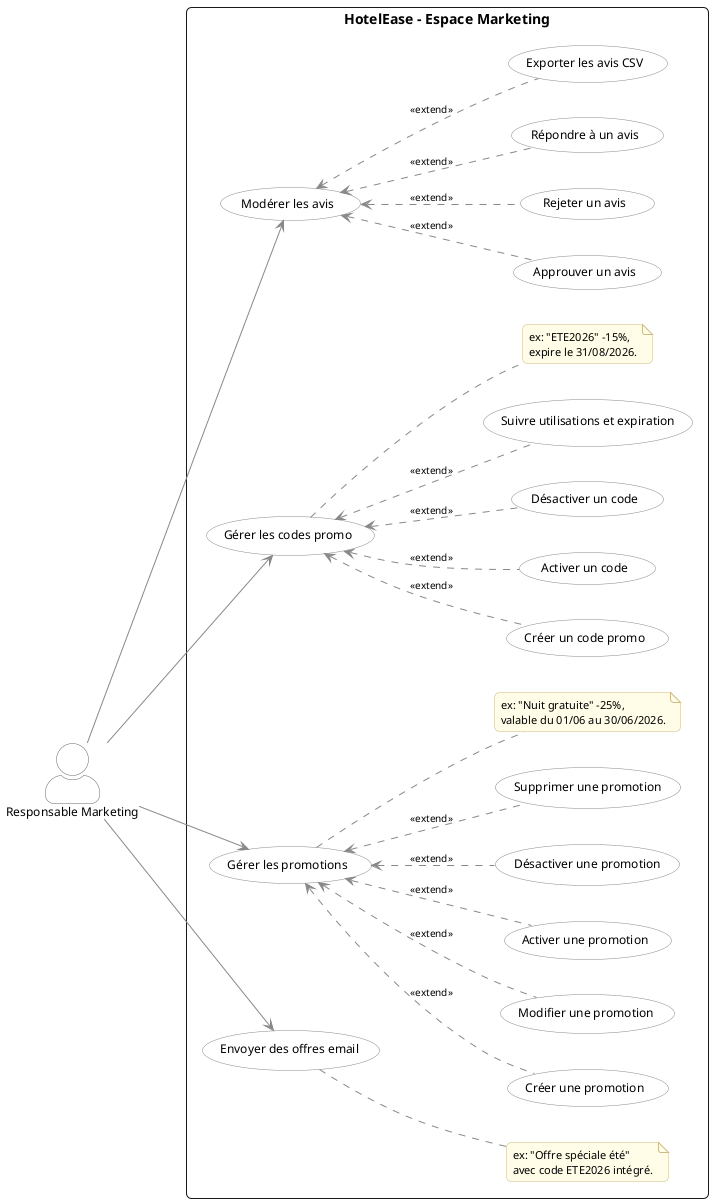
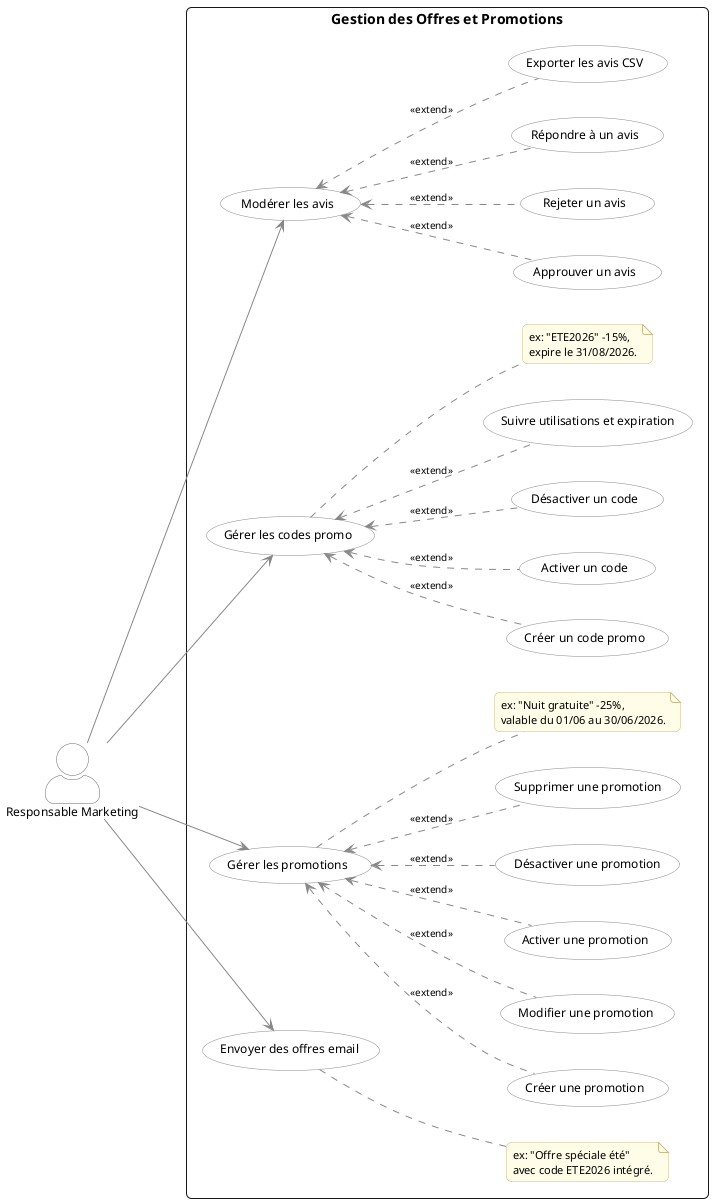
@startuml
left to right direction
skinparam shadowing false
skinparam actorStyle awesome
skinparam roundcorner 10
skinparam backgroundColor #FFFFFF

skinparam usecase {
  BackgroundColor #FFFFFF
  BorderColor #888888
  FontSize 12
  FontName Arial
}
skinparam actor {
  BackgroundColor #FFFFFF
  BorderColor #666666
  FontSize 12
  FontName Arial
}
skinparam note {
  BackgroundColor #FFFDE7
  BorderColor #CCBB88
  FontSize 11
  FontName Arial
}
skinparam ArrowColor #888888
skinparam ArrowFontSize 10

actor "Responsable Marketing" as Marketing

- rectangle "HotelEase - Espace Marketing" {
+ rectangle "Gestion des Offres et Promotions" {

  usecase "Gérer les promotions" as M1
  usecase "Gérer les codes promo" as M2
  usecase "Envoyer des offres email" as M3
  usecase "Modérer les avis" as M4

  usecase "Créer une promotion" as M1_1
  usecase "Modifier une promotion" as M1_2
  usecase "Activer une promotion" as M1_3
  usecase "Désactiver une promotion" as M1_4
  usecase "Supprimer une promotion" as M1_5

  usecase "Créer un code promo" as M2_1
  usecase "Activer un code" as M2_2
  usecase "Désactiver un code" as M2_3
  usecase "Suivre utilisations et expiration" as M2_4

  usecase "Approuver un avis" as M4_1
  usecase "Rejeter un avis" as M4_2
  usecase "Répondre à un avis" as M4_3
  usecase "Exporter les avis CSV" as M4_4

  M1_1 .up.> M1 : <<extend>>
  M1_2 .up.> M1 : <<extend>>
  M1_3 .up.> M1 : <<extend>>
  M1_4 .up.> M1 : <<extend>>
  M1_5 .up.> M1 : <<extend>>

  M2_1 .up.> M2 : <<extend>>
  M2_2 .up.> M2 : <<extend>>
  M2_3 .up.> M2 : <<extend>>
  M2_4 .up.> M2 : <<extend>>

  M4_1 .up.> M4 : <<extend>>
  M4_2 .up.> M4 : <<extend>>
  M4_3 .up.> M4 : <<extend>>
  M4_4 .up.> M4 : <<extend>>

  Marketing --> M1
  Marketing --> M2
  Marketing --> M3
  Marketing --> M4

  note right of M1
    ex: "Nuit gratuite" -25%,
    valable du 01/06 au 30/06/2026.
  end note

  note right of M2
    ex: "ETE2026" -15%,
    expire le 31/08/2026.
  end note

  note right of M3
    ex: "Offre spéciale été"
    avec code ETE2026 intégré.
  end note
}
@enduml